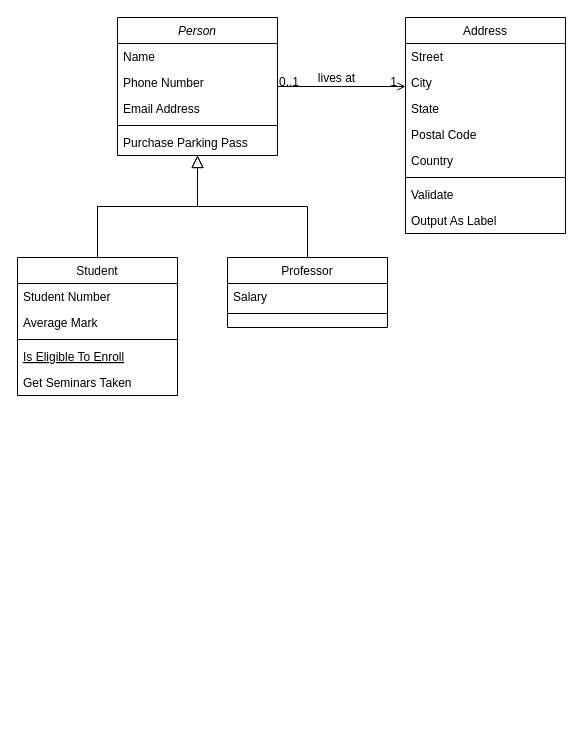
Before: class-diagram-perpus-digital.drawio in Piaripiani01/alur-perpus-digital, a draw.io diagram. Source tidied: cells renumbered, new cells numbered last; positions are measured from the earlier drawing's top-left corner, leaving out a move shared by most shapes. Both pictures are drawn from the tidied source at 100%, with x=0, y=0 at pixel (17, 17).
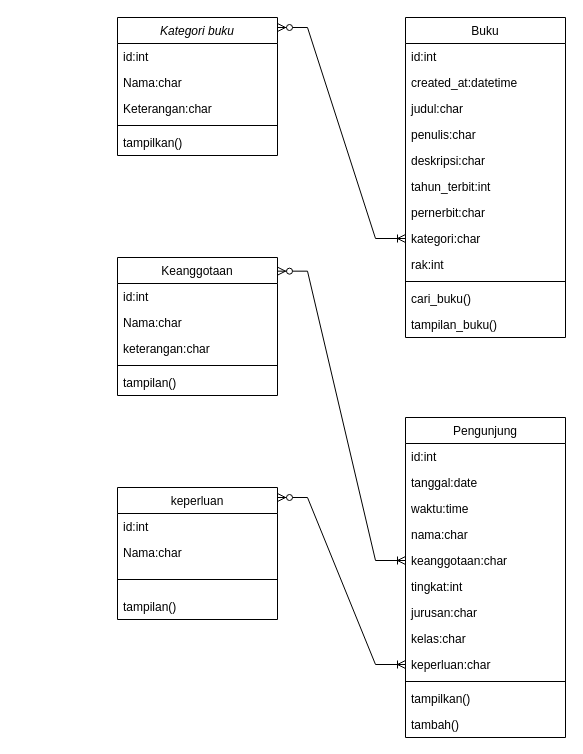
The same diagram, later.

What changed in the source:
```diff
@@
-    <mxCell id="2" value="Person" style="swimlane;fontStyle=2;align=center;verticalAlign=top;horizontal=1;startSize=26;rounded=0;shadow=0;strokeWidth=1;" parent="1" vertex="1">
+    <mxCell id="2" value="Kategori buku" style="swimlane;fontStyle=2;align=center;verticalAlign=top;horizontal=1;startSize=26;rounded=0;shadow=0;strokeWidth=1;" parent="1" vertex="1">
       <mxGeometry x="100" width="160" height="138" as="geometry" />
     </mxCell>
-    <mxCell id="3" value="Name" style="text;align=left;verticalAlign=top;spacingLeft=4;spacingRight=4;overflow=hidden;" parent="2" vertex="1">
+    <mxCell id="3" value="id:int" style="text;align=left;verticalAlign=top;spacingLeft=4;spacingRight=4;overflow=hidden;" parent="2" vertex="1">
       <mxGeometry y="26" width="160" height="26" as="geometry" />
     </mxCell>
-    <mxCell id="4" value="Phone Number" style="text;align=left;verticalAlign=top;spacingLeft=4;spacingRight=4;overflow=hidden;rounded=0;shadow=0;html=0;" parent="2" vertex="1">
+    <mxCell id="4" value="Nama:char" style="text;align=left;verticalAlign=top;spacingLeft=4;spacingRight=4;overflow=hidden;rounded=0;shadow=0;html=0;" parent="2" vertex="1">
       <mxGeometry y="52" width="160" height="26" as="geometry" />
     </mxCell>
-    <mxCell id="5" value="Email Address" style="text;align=left;verticalAlign=top;spacingLeft=4;spacingRight=4;overflow=hidden;rounded=0;shadow=0;html=0;" parent="2" vertex="1">
+    <mxCell id="5" value="Keterangan:char" style="text;align=left;verticalAlign=top;spacingLeft=4;spacingRight=4;overflow=hidden;rounded=0;shadow=0;html=0;" parent="2" vertex="1">
       <mxGeometry y="78" width="160" height="26" as="geometry" />
     </mxCell>
@@
-    <mxCell id="7" value="Purchase Parking Pass" style="text;align=left;verticalAlign=top;spacingLeft=4;spacingRight=4;overflow=hidden;" parent="2" vertex="1">
+    <mxCell id="7" value="tampilkan()" style="text;align=left;verticalAlign=top;spacingLeft=4;spacingRight=4;overflow=hidden;" parent="2" vertex="1">
       <mxGeometry y="112" width="160" height="26" as="geometry" />
     </mxCell>
-    <mxCell id="8" value="Student" style="swimlane;fontStyle=0;align=center;verticalAlign=top;horizontal=1;startSize=26;rounded=0;shadow=0;strokeWidth=1;" parent="1" vertex="1">
-      <mxGeometry y="240" width="160" height="138" as="geometry" />
+    <mxCell id="8" value="Keanggotaan" style="swimlane;fontStyle=0;align=center;verticalAlign=top;horizontal=1;startSize=26;rounded=0;shadow=0;strokeWidth=1;" parent="1" vertex="1">
+      <mxGeometry x="100" y="240" width="160" height="138" as="geometry" />
     </mxCell>
-    <mxCell id="9" value="Student Number" style="text;align=left;verticalAlign=top;spacingLeft=4;spacingRight=4;overflow=hidden;" parent="8" vertex="1">
+    <mxCell id="9" value="id:int" style="text;align=left;verticalAlign=top;spacingLeft=4;spacingRight=4;overflow=hidden;" parent="8" vertex="1">
       <mxGeometry y="26" width="160" height="26" as="geometry" />
     </mxCell>
-    <mxCell id="10" value="Average Mark" style="text;align=left;verticalAlign=top;spacingLeft=4;spacingRight=4;overflow=hidden;rounded=0;shadow=0;html=0;" parent="8" vertex="1">
+    <mxCell id="10" value="Nama:char" style="text;align=left;verticalAlign=top;spacingLeft=4;spacingRight=4;overflow=hidden;rounded=0;shadow=0;html=0;" parent="8" vertex="1">
       <mxGeometry y="52" width="160" height="26" as="geometry" />
     </mxCell>
+    <mxCell id="32" value="keterangan:char" style="text;align=left;verticalAlign=top;spacingLeft=4;spacingRight=4;overflow=hidden;rounded=0;shadow=0;html=0;" parent="8" vertex="1">
+      <mxGeometry y="78" width="160" height="26" as="geometry" />
+    </mxCell>
     <mxCell id="11" style="line;html=1;strokeWidth=1;align=left;verticalAlign=middle;spacingTop=-1;spacingLeft=3;spacingRight=3;labelPosition=right;" parent="8" vertex="1">
-      <mxGeometry y="78" width="160" height="8" as="geometry" />
+      <mxGeometry y="104" width="160" height="8" as="geometry" />
     </mxCell>
-    <mxCell id="12" value="Is Eligible To Enroll" style="text;align=left;verticalAlign=top;spacingLeft=4;spacingRight=4;overflow=hidden;fontStyle=4;" parent="8" vertex="1">
-      <mxGeometry y="86" width="160" height="26" as="geometry" />
-    </mxCell>
-    <mxCell id="13" value="Get Seminars Taken" style="text;align=left;verticalAlign=top;spacingLeft=4;spacingRight=4;overflow=hidden;" parent="8" vertex="1">
+    <mxCell id="13" value="tampilan()" style="text;align=left;verticalAlign=top;spacingLeft=4;spacingRight=4;overflow=hidden;" parent="8" vertex="1">
       <mxGeometry y="112" width="160" height="26" as="geometry" />
     </mxCell>
-    <mxCell id="14" style="endArrow=block;endSize=10;endFill=0;shadow=0;strokeWidth=1;rounded=0;edgeStyle=elbowEdgeStyle;elbow=vertical;" parent="1" edge="1" source="8" target="2">
-      <mxGeometry relative="1" as="geometry" />
-    </mxCell>
-    <mxCell id="15" value="Professor" style="swimlane;fontStyle=0;align=center;verticalAlign=top;horizontal=1;startSize=26;rounded=0;shadow=0;strokeWidth=1;" parent="1" vertex="1">
-      <mxGeometry x="210" y="240" width="160" height="70" as="geometry" />
+    <mxCell id="15" value="keperluan" style="swimlane;fontStyle=0;align=center;verticalAlign=top;horizontal=1;startSize=26;rounded=0;shadow=0;strokeWidth=1;" parent="1" vertex="1">
+      <mxGeometry x="100" y="470" width="160" height="132" as="geometry" />
     </mxCell>
-    <mxCell id="16" value="Salary" style="text;align=left;verticalAlign=top;spacingLeft=4;spacingRight=4;overflow=hidden;" parent="15" vertex="1">
+    <mxCell id="16" value="id:int" style="text;align=left;verticalAlign=top;spacingLeft=4;spacingRight=4;overflow=hidden;" parent="15" vertex="1">
       <mxGeometry y="26" width="160" height="26" as="geometry" />
     </mxCell>
+    <mxCell id="33" value="Nama:char" style="text;align=left;verticalAlign=top;spacingLeft=4;spacingRight=4;overflow=hidden;" parent="15" vertex="1">
+      <mxGeometry y="52" width="160" height="26" as="geometry" />
+    </mxCell>
     <mxCell id="17" style="line;html=1;strokeWidth=1;align=left;verticalAlign=middle;spacingTop=-1;spacingLeft=3;spacingRight=3;labelPosition=right;" parent="15" vertex="1">
-      <mxGeometry y="52" width="160" height="8" as="geometry" />
+      <mxGeometry y="78" width="160" height="28" as="geometry" />
     </mxCell>
-    <mxCell id="18" style="endArrow=block;endSize=10;endFill=0;shadow=0;strokeWidth=1;rounded=0;edgeStyle=elbowEdgeStyle;elbow=vertical;" parent="1" edge="1" source="15" target="2">
-      <mxGeometry relative="1" as="geometry" />
-    </mxCell>
+    <mxCell id="34" value="tampilan()" style="text;align=left;verticalAlign=top;spacingLeft=4;spacingRight=4;overflow=hidden;" parent="15" vertex="1">
+      <mxGeometry y="106" width="160" height="26" as="geometry" />
+    </mxCell>
-    <mxCell id="19" value="Address" style="swimlane;fontStyle=0;align=center;verticalAlign=top;horizontal=1;startSize=26;rounded=0;shadow=0;strokeWidth=1;" parent="1" vertex="1">
-      <mxGeometry x="388" width="160" height="216" as="geometry" />
+    <mxCell id="19" value="Buku" style="swimlane;fontStyle=0;align=center;verticalAlign=top;horizontal=1;startSize=26;rounded=0;shadow=0;strokeWidth=1;" parent="1" vertex="1">
+      <mxGeometry x="388" width="160" height="320" as="geometry" />
     </mxCell>
-    <mxCell id="20" value="Street" style="text;align=left;verticalAlign=top;spacingLeft=4;spacingRight=4;overflow=hidden;" parent="19" vertex="1">
+    <mxCell id="20" value="id:int" style="text;align=left;verticalAlign=top;spacingLeft=4;spacingRight=4;overflow=hidden;" parent="19" vertex="1">
       <mxGeometry y="26" width="160" height="26" as="geometry" />
     </mxCell>
-    <mxCell id="21" value="City" style="text;align=left;verticalAlign=top;spacingLeft=4;spacingRight=4;overflow=hidden;rounded=0;shadow=0;html=0;" parent="19" vertex="1">
+    <mxCell id="21" value="created_at:datetime" style="text;align=left;verticalAlign=top;spacingLeft=4;spacingRight=4;overflow=hidden;rounded=0;shadow=0;html=0;" parent="19" vertex="1">
       <mxGeometry y="52" width="160" height="26" as="geometry" />
     </mxCell>
-    <mxCell id="22" value="State" style="text;align=left;verticalAlign=top;spacingLeft=4;spacingRight=4;overflow=hidden;rounded=0;shadow=0;html=0;" parent="19" vertex="1">
+    <mxCell id="22" value="judul:char" style="text;align=left;verticalAlign=top;spacingLeft=4;spacingRight=4;overflow=hidden;rounded=0;shadow=0;html=0;" parent="19" vertex="1">
       <mxGeometry y="78" width="160" height="26" as="geometry" />
     </mxCell>
-    <mxCell id="23" value="Postal Code" style="text;align=left;verticalAlign=top;spacingLeft=4;spacingRight=4;overflow=hidden;rounded=0;shadow=0;html=0;" parent="19" vertex="1">
+    <mxCell id="23" value="penulis:char" style="text;align=left;verticalAlign=top;spacingLeft=4;spacingRight=4;overflow=hidden;rounded=0;shadow=0;html=0;" parent="19" vertex="1">
       <mxGeometry y="104" width="160" height="26" as="geometry" />
     </mxCell>
-    <mxCell id="24" value="Country" style="text;align=left;verticalAlign=top;spacingLeft=4;spacingRight=4;overflow=hidden;rounded=0;shadow=0;html=0;" parent="19" vertex="1">
+    <mxCell id="24" value="deskripsi:char" style="text;align=left;verticalAlign=top;spacingLeft=4;spacingRight=4;overflow=hidden;rounded=0;shadow=0;html=0;" parent="19" vertex="1">
       <mxGeometry y="130" width="160" height="26" as="geometry" />
     </mxCell>
+    <mxCell id="35" value="tahun_terbit:int" style="text;align=left;verticalAlign=top;spacingLeft=4;spacingRight=4;overflow=hidden;rounded=0;shadow=0;html=0;" parent="19" vertex="1">
+      <mxGeometry y="156" width="160" height="26" as="geometry" />
+    </mxCell>
+    <mxCell id="36" value="pernerbit:char" style="text;align=left;verticalAlign=top;spacingLeft=4;spacingRight=4;overflow=hidden;rounded=0;shadow=0;html=0;" parent="19" vertex="1">
+      <mxGeometry y="182" width="160" height="26" as="geometry" />
+    </mxCell>
+    <mxCell id="37" value="kategori:char" style="text;align=left;verticalAlign=top;spacingLeft=4;spacingRight=4;overflow=hidden;points=[[0,0.5],[1,0.5]];portConstraint=eastwest;rounded=0;shadow=0;html=0;" parent="19" vertex="1">
+      <mxGeometry y="208" width="160" height="26" as="geometry" />
+    </mxCell>
+    <mxCell id="38" value="rak:int" style="text;align=left;verticalAlign=top;spacingLeft=4;spacingRight=4;overflow=hidden;rounded=0;shadow=0;html=0;" parent="19" vertex="1">
+      <mxGeometry y="234" width="160" height="26" as="geometry" />
+    </mxCell>
     <mxCell id="25" style="line;html=1;strokeWidth=1;align=left;verticalAlign=middle;spacingTop=-1;spacingLeft=3;spacingRight=3;labelPosition=right;" parent="19" vertex="1">
-      <mxGeometry y="156" width="160" height="8" as="geometry" />
+      <mxGeometry y="260" width="160" height="8" as="geometry" />
     </mxCell>
-    <mxCell id="26" value="Validate" style="text;align=left;verticalAlign=top;spacingLeft=4;spacingRight=4;overflow=hidden;" parent="19" vertex="1">
-      <mxGeometry y="164" width="160" height="26" as="geometry" />
+    <mxCell id="26" value="cari_buku()" style="text;align=left;verticalAlign=top;spacingLeft=4;spacingRight=4;overflow=hidden;" parent="19" vertex="1">
+      <mxGeometry y="268" width="160" height="26" as="geometry" />
     </mxCell>
-    <mxCell id="27" value="Output As Label" style="text;align=left;verticalAlign=top;spacingLeft=4;spacingRight=4;overflow=hidden;" parent="19" vertex="1">
-      <mxGeometry y="190" width="160" height="26" as="geometry" />
+    <mxCell id="27" value="tampilan_buku()" style="text;align=left;verticalAlign=top;spacingLeft=4;spacingRight=4;overflow=hidden;" parent="19" vertex="1">
+      <mxGeometry y="294" width="160" height="26" as="geometry" />
     </mxCell>
-    <mxCell id="28" style="endArrow=open;shadow=0;strokeWidth=1;rounded=0;endFill=1;edgeStyle=elbowEdgeStyle;elbow=vertical;" parent="1" edge="1" source="2" target="19">
-      <mxGeometry x="0.5" y="41" relative="1" as="geometry">
-        <mxPoint x="-40" y="32" as="offset" />
-      </mxGeometry>
-    </mxCell>
-    <mxCell id="29" value="0..1" style="align=left;verticalAlign=bottom;labelBackgroundColor=none;fontSize=12;" parent="28" vertex="1">
-      <mxGeometry x="-1" relative="1" as="geometry">
-        <mxPoint y="4" as="offset" />
-      </mxGeometry>
-    </mxCell>
-    <mxCell id="30" value="1" style="align=right;verticalAlign=bottom;labelBackgroundColor=none;fontSize=12;" parent="28" vertex="1">
-      <mxGeometry x="1" relative="1" as="geometry">
-        <mxPoint x="-7" y="4" as="offset" />
-      </mxGeometry>
-    </mxCell>
-    <mxCell id="31" value="lives at" style="text;html=1;align=center;verticalAlign=middle;labelBackgroundColor=none;rounded=0;shadow=0;strokeWidth=1;fontSize=12;" parent="28" vertex="1">
-      <mxGeometry x="0.5" y="49" relative="1" as="geometry">
-        <mxPoint x="-38" y="40" as="offset" />
-      </mxGeometry>
-    </mxCell>
+    <mxCell id="39" value="Pengunjung" style="swimlane;fontStyle=0;align=center;verticalAlign=top;horizontal=1;startSize=26;rounded=0;shadow=0;strokeWidth=1;" parent="1" vertex="1">
+      <mxGeometry x="388" y="400" width="160" height="320" as="geometry" />
+    </mxCell>
+    <mxCell id="40" value="id:int" style="text;align=left;verticalAlign=top;spacingLeft=4;spacingRight=4;overflow=hidden;" parent="39" vertex="1">
+      <mxGeometry y="26" width="160" height="26" as="geometry" />
+    </mxCell>
+    <mxCell id="41" value="tanggal:date" style="text;align=left;verticalAlign=top;spacingLeft=4;spacingRight=4;overflow=hidden;rounded=0;shadow=0;html=0;" parent="39" vertex="1">
+      <mxGeometry y="52" width="160" height="26" as="geometry" />
+    </mxCell>
+    <mxCell id="42" value="waktu:time" style="text;align=left;verticalAlign=top;spacingLeft=4;spacingRight=4;overflow=hidden;rounded=0;shadow=0;html=0;" parent="39" vertex="1">
+      <mxGeometry y="78" width="160" height="26" as="geometry" />
+    </mxCell>
+    <mxCell id="43" value="nama:char" style="text;align=left;verticalAlign=top;spacingLeft=4;spacingRight=4;overflow=hidden;rounded=0;shadow=0;html=0;" parent="39" vertex="1">
+      <mxGeometry y="104" width="160" height="26" as="geometry" />
+    </mxCell>
+    <mxCell id="44" value="keanggotaan:char" style="text;align=left;verticalAlign=top;spacingLeft=4;spacingRight=4;overflow=hidden;points=[[0,0.5],[1,0.5]];portConstraint=eastwest;rounded=0;shadow=0;html=0;" parent="39" vertex="1">
+      <mxGeometry y="130" width="160" height="26" as="geometry" />
+    </mxCell>
+    <mxCell id="45" value="tingkat:int" style="text;align=left;verticalAlign=top;spacingLeft=4;spacingRight=4;overflow=hidden;rounded=0;shadow=0;html=0;" parent="39" vertex="1">
+      <mxGeometry y="156" width="160" height="26" as="geometry" />
+    </mxCell>
+    <mxCell id="46" value="jurusan:char" style="text;align=left;verticalAlign=top;spacingLeft=4;spacingRight=4;overflow=hidden;rounded=0;shadow=0;html=0;" parent="39" vertex="1">
+      <mxGeometry y="182" width="160" height="26" as="geometry" />
+    </mxCell>
+    <mxCell id="47" value="kelas:char" style="text;align=left;verticalAlign=top;spacingLeft=4;spacingRight=4;overflow=hidden;rounded=0;shadow=0;html=0;" parent="39" vertex="1">
+      <mxGeometry y="208" width="160" height="26" as="geometry" />
+    </mxCell>
+    <mxCell id="48" value="keperluan:char" style="text;align=left;verticalAlign=top;spacingLeft=4;spacingRight=4;overflow=hidden;points=[[0,0.5],[1,0.5]];portConstraint=eastwest;rounded=0;shadow=0;html=0;" parent="39" vertex="1">
+      <mxGeometry y="234" width="160" height="26" as="geometry" />
+    </mxCell>
+    <mxCell id="49" style="line;html=1;strokeWidth=1;align=left;verticalAlign=middle;spacingTop=-1;spacingLeft=3;spacingRight=3;labelPosition=right;" parent="39" vertex="1">
+      <mxGeometry y="260" width="160" height="8" as="geometry" />
+    </mxCell>
+    <mxCell id="50" value="tampilkan()" style="text;align=left;verticalAlign=top;spacingLeft=4;spacingRight=4;overflow=hidden;" parent="39" vertex="1">
+      <mxGeometry y="268" width="160" height="26" as="geometry" />
+    </mxCell>
+    <mxCell id="51" value="tambah()" style="text;align=left;verticalAlign=top;spacingLeft=4;spacingRight=4;overflow=hidden;" parent="39" vertex="1">
+      <mxGeometry y="294" width="160" height="26" as="geometry" />
+    </mxCell>
+    <mxCell id="52" style="edgeStyle=entityRelationEdgeStyle;fontSize=12;html=1;endArrow=ERoneToMany;startArrow=ERzeroToMany;rounded=0;entryX=0;entryY=0.5;entryDx=0;entryDy=0;" parent="1" edge="1" target="48">
+      <mxGeometry relative="1" as="geometry">
+        <mxPoint x="260" y="480" as="sourcePoint" />
+        <Array as="points">
+          <mxPoint x="380" y="650" />
+          <mxPoint x="388" y="650" />
+          <mxPoint x="390" y="650" />
+        </Array>
+      </mxGeometry>
+    </mxCell>
+    <mxCell id="53" style="edgeStyle=entityRelationEdgeStyle;fontSize=12;html=1;endArrow=ERoneToMany;startArrow=ERzeroToMany;rounded=0;entryX=0;entryY=0.5;entryDx=0;entryDy=0;exitX=1;exitY=0.099;exitDx=0;exitDy=0;exitPerimeter=0;" parent="1" edge="1" source="8" target="44">
+      <mxGeometry relative="1" as="geometry">
+        <Array as="points">
+          <mxPoint x="390" y="403" />
+          <mxPoint x="398" y="403" />
+          <mxPoint x="400" y="403" />
+        </Array>
+      </mxGeometry>
+    </mxCell>
+    <mxCell id="54" style="edgeStyle=entityRelationEdgeStyle;fontSize=12;html=1;endArrow=ERoneToMany;startArrow=ERzeroToMany;rounded=0;entryX=0;entryY=0.5;entryDx=0;entryDy=0;" parent="1" edge="1" target="37">
+      <mxGeometry relative="1" as="geometry">
+        <mxPoint x="260" y="10" as="sourcePoint" />
+        <Array as="points">
+          <mxPoint x="390" y="170" />
+          <mxPoint x="398" y="170" />
+          <mxPoint x="400" y="170" />
+        </Array>
+      </mxGeometry>
+    </mxCell>
```
